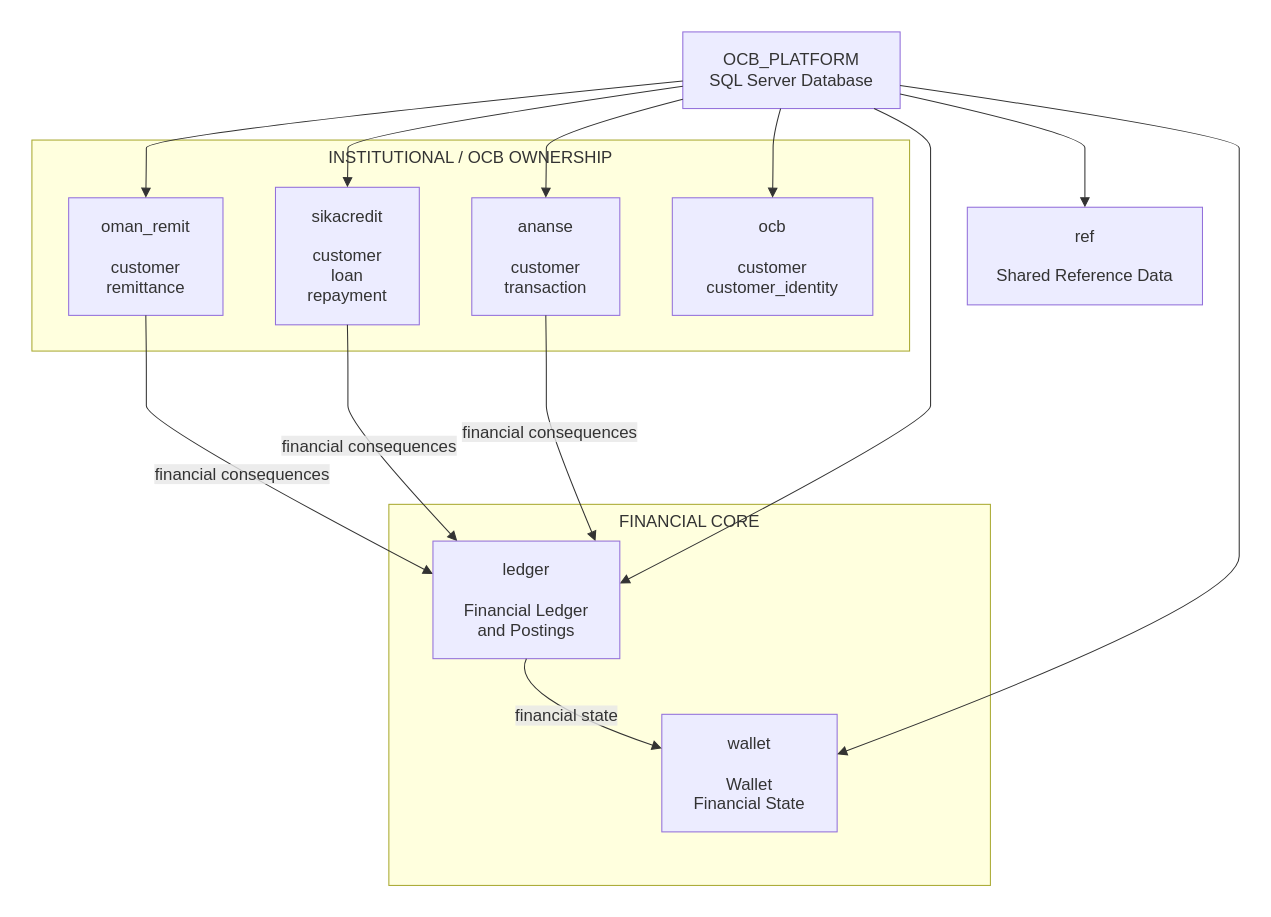
The draw.io diagram diagrams/WP-2.3-T05_database_schema.drawio.svg in deloveyeboah10-Nagato/OCB_PLATFORM, before a commit. Source tidied: cells renumbered, new cells last; positions are measured from the earlier drawing's top-left corner, leaving out a move shared by most shapes.
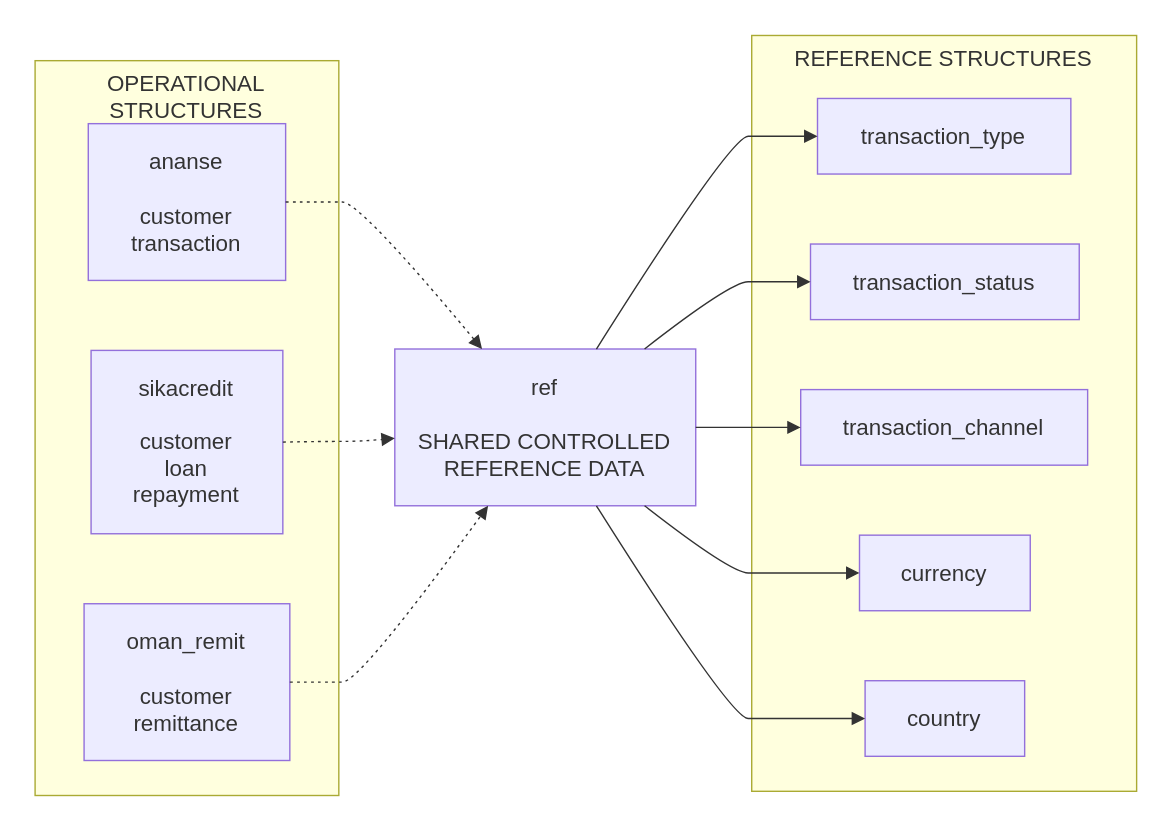
Later version of the same file.

The edit, as a diff of the source:
```diff
@@ -3,137 +3,99 @@
     <mxCell id="0" />
     <mxCell id="1" parent="0" />
     <mxCell id="2" style="group;transparentBounds=1;editIcon=1;lockedGroup=0;groupPadding=10;" parent="1" vertex="1">
-      <mxGeometry width="600" height="637" as="geometry" />
+      <mxGeometry as="geometry" />
     </mxCell>
-    <mxCell id="3" value="INSTITUTIONAL / OCB OWNERSHIP" style="html=1;whiteSpace=wrap;strokeWidth=1;verticalAlign=top;fillColor=light-dark(#ffffde,#1f2020);strokeColor=light-dark(#aaaa33,#cccccc);fontColor=light-dark(#333333,#cccccc);fontFamily=Trebuchet MS,Verdana,Arial,sans-serif;fontSize=16;" parent="2" vertex="1">
-      <mxGeometry x="30" y="133" width="836" height="201" as="geometry" />
-    </mxCell>
-    <mxCell id="4" value="ocb&#10;&#10;customer&#10;customer_identity" style="html=1;whiteSpace=wrap;strokeWidth=1;fillColor=light-dark(#ECECFF,#1f2020);strokeColor=light-dark(#9370DB,#cccccc);fontColor=light-dark(#333333,#cccccc);fontFamily=Trebuchet MS,Verdana,Arial,sans-serif;fontSize=16;" parent="3" vertex="1">
-      <mxGeometry x="610" y="55" width="191" height="112" as="geometry" />
-    </mxCell>
+    <mxCell id="24" value="OPERATIONAL STRUCTURES" style="html=1;whiteSpace=wrap;strokeWidth=1;verticalAlign=top;fillColor=light-dark(#ffffde,#1f2020);strokeColor=light-dark(#aaaa33,#cccccc);fontColor=light-dark(#333333,#cccccc);fontFamily=Trebuchet MS,Verdana,Arial,sans-serif;fontSize=16;" parent="2" vertex="1">
+      <mxGeometry x="10" y="48" width="217" height="525" as="geometry" />
+    </mxCell>
-    <mxCell id="5" value="ananse&#10;&#10;customer&#10;transaction" style="html=1;whiteSpace=wrap;strokeWidth=1;fillColor=light-dark(#ECECFF,#1f2020);strokeColor=light-dark(#9370DB,#cccccc);fontColor=light-dark(#333333,#cccccc);fontFamily=Trebuchet MS,Verdana,Arial,sans-serif;fontSize=16;" parent="3" vertex="1">
-      <mxGeometry x="419" y="55" width="141" height="112" as="geometry" />
+    <mxCell id="5" value="ananse&#10;&#10;customer&#10;transaction" style="html=1;whiteSpace=wrap;strokeWidth=1;fillColor=light-dark(#ECECFF,#1f2020);strokeColor=light-dark(#9370DB,#cccccc);fontColor=light-dark(#333333,#cccccc);fontFamily=Trebuchet MS,Verdana,Arial,sans-serif;fontSize=16;" parent="24" vertex="1">
+      <mxGeometry x="38" y="45" width="141" height="112" as="geometry" />
     </mxCell>
-    <mxCell id="6" value="sikacredit&#10;&#10;customer&#10;loan&#10;repayment" style="html=1;whiteSpace=wrap;strokeWidth=1;fillColor=light-dark(#ECECFF,#1f2020);strokeColor=light-dark(#9370DB,#cccccc);fontColor=light-dark(#333333,#cccccc);fontFamily=Trebuchet MS,Verdana,Arial,sans-serif;fontSize=16;" parent="3" vertex="1">
-      <mxGeometry x="232" y="45" width="137" height="131" as="geometry" />
+    <mxCell id="6" value="sikacredit&#10;&#10;customer&#10;loan&#10;repayment" style="html=1;whiteSpace=wrap;strokeWidth=1;fillColor=light-dark(#ECECFF,#1f2020);strokeColor=light-dark(#9370DB,#cccccc);fontColor=light-dark(#333333,#cccccc);fontFamily=Trebuchet MS,Verdana,Arial,sans-serif;fontSize=16;" parent="24" vertex="1">
+      <mxGeometry x="40" y="207" width="137" height="131" as="geometry" />
     </mxCell>
-    <mxCell id="7" value="oman_remit&#10;&#10;customer&#10;remittance" style="html=1;whiteSpace=wrap;strokeWidth=1;fillColor=light-dark(#ECECFF,#1f2020);strokeColor=light-dark(#9370DB,#cccccc);fontColor=light-dark(#333333,#cccccc);fontFamily=Trebuchet MS,Verdana,Arial,sans-serif;fontSize=16;" parent="3" vertex="1">
-      <mxGeometry x="35" y="55" width="147" height="112" as="geometry" />
+    <mxCell id="7" value="oman_remit&#10;&#10;customer&#10;remittance" style="html=1;whiteSpace=wrap;strokeWidth=1;fillColor=light-dark(#ECECFF,#1f2020);strokeColor=light-dark(#9370DB,#cccccc);fontColor=light-dark(#333333,#cccccc);fontFamily=Trebuchet MS,Verdana,Arial,sans-serif;fontSize=16;" parent="24" vertex="1">
+      <mxGeometry x="35" y="388" width="147" height="112" as="geometry" />
     </mxCell>
-    <mxCell id="8" value="FINANCIAL CORE" style="html=1;whiteSpace=wrap;strokeWidth=1;verticalAlign=top;fillColor=light-dark(#ffffde,#1f2020);strokeColor=light-dark(#aaaa33,#cccccc);fontColor=light-dark(#333333,#cccccc);fontFamily=Trebuchet MS,Verdana,Arial,sans-serif;fontSize=16;" parent="2" vertex="1">
-      <mxGeometry x="370" y="480" width="573" height="363" as="geometry" />
-    </mxCell>
-    <mxCell id="9" value="wallet&#10;&#10;Wallet&#10;Financial State" style="html=1;whiteSpace=wrap;strokeWidth=1;fillColor=light-dark(#ECECFF,#1f2020);strokeColor=light-dark(#9370DB,#cccccc);fontColor=light-dark(#333333,#cccccc);fontFamily=Trebuchet MS,Verdana,Arial,sans-serif;fontSize=16;" parent="8" vertex="1">
-      <mxGeometry x="260" y="200" width="167" height="112" as="geometry" />
-    </mxCell>
-    <mxCell id="10" value="OCB_PLATFORM&#10;SQL Server Database" style="html=1;whiteSpace=wrap;strokeWidth=1;fillColor=light-dark(#ECECFF,#1f2020);strokeColor=light-dark(#9370DB,#cccccc);fontColor=light-dark(#333333,#cccccc);fontFamily=Trebuchet MS,Verdana,Arial,sans-serif;fontSize=16;" parent="2" vertex="1">
-      <mxGeometry x="650" y="30" width="207" height="73" as="geometry" />
-    </mxCell>
-    <mxCell id="11" value="ref&#10;&#10;Shared Reference Data" style="html=1;whiteSpace=wrap;strokeWidth=1;fillColor=light-dark(#ECECFF,#1f2020);strokeColor=light-dark(#9370DB,#cccccc);fontColor=light-dark(#333333,#cccccc);fontFamily=Trebuchet MS,Verdana,Arial,sans-serif;fontSize=16;" parent="2" vertex="1">
-      <mxGeometry x="921" y="197" width="224" height="93" as="geometry" />
-    </mxCell>
-    <mxCell id="12" style="curved=1;startArrow=none;endArrow=block;endSize=7;strokeColor=light-dark(#333333,#cccccc);exitX=0.45;exitY=1;entryX=0.5;entryY=0;rounded=0;" parent="2" edge="1" source="10" target="4">
-      <mxGeometry relative="1" as="geometry">
-        <Array as="points">
-          <mxPoint x="736" y="128" />
-          <mxPoint x="736" y="153" />
-        </Array>
-      </mxGeometry>
-    </mxCell>
-    <mxCell id="13" style="curved=1;startArrow=none;endArrow=block;endSize=7;strokeColor=light-dark(#333333,#cccccc);exitX=0;exitY=0.88;entryX=0.5;entryY=0;rounded=0;" parent="2" edge="1" source="10" target="5">
-      <mxGeometry relative="1" as="geometry">
-        <Array as="points">
-          <mxPoint x="520" y="128" />
-          <mxPoint x="520" y="153" />
-        </Array>
-      </mxGeometry>
-    </mxCell>
-    <mxCell id="14" style="curved=1;startArrow=none;endArrow=block;endSize=7;strokeColor=light-dark(#333333,#cccccc);exitX=0;exitY=0.71;entryX=0.5;entryY=0;rounded=0;" parent="2" edge="1" source="10" target="6">
-      <mxGeometry relative="1" as="geometry">
-        <Array as="points">
-          <mxPoint x="331" y="128" />
-          <mxPoint x="331" y="153" />
-        </Array>
-      </mxGeometry>
-    </mxCell>
-    <mxCell id="15" style="curved=1;startArrow=none;endArrow=block;endSize=7;strokeColor=light-dark(#333333,#cccccc);exitX=0;exitY=0.64;entryX=0.5;entryY=0;rounded=0;" parent="2" edge="1" source="10" target="7">
-      <mxGeometry relative="1" as="geometry">
-        <Array as="points">
-          <mxPoint x="139" y="128" />
-          <mxPoint x="139" y="153" />
-        </Array>
-      </mxGeometry>
-    </mxCell>
-    <mxCell id="16" style="curved=1;startArrow=none;endArrow=block;endSize=7;strokeColor=light-dark(#333333,#cccccc);exitX=0.88;exitY=1;entryX=1;entryY=0.36;rounded=0;" parent="2" edge="1" source="10" target="22">
-      <mxGeometry relative="1" as="geometry">
-        <Array as="points">
-          <mxPoint x="886" y="128" />
-          <mxPoint x="886" y="153" />
-          <mxPoint x="886" y="244" />
-          <mxPoint x="886" y="334" />
-          <mxPoint x="886" y="369" />
-          <mxPoint x="886" y="403" />
-        </Array>
-      </mxGeometry>
-    </mxCell>
-    <mxCell id="17" style="curved=1;startArrow=none;endArrow=block;endSize=7;strokeColor=light-dark(#333333,#cccccc);exitX=1;exitY=0.7;entryX=1;entryY=0.34;rounded=0;" parent="2" edge="1" source="10" target="9">
-      <mxGeometry relative="1" as="geometry">
-        <Array as="points">
-          <mxPoint x="1180" y="128" />
-          <mxPoint x="1180" y="153" />
-          <mxPoint x="1180" y="244" />
-          <mxPoint x="1180" y="334" />
-          <mxPoint x="1180" y="369" />
-          <mxPoint x="1180" y="403" />
-          <mxPoint x="1180" y="484" />
-          <mxPoint x="1180" y="575" />
-        </Array>
-      </mxGeometry>
-    </mxCell>
-    <mxCell id="18" style="curved=1;startArrow=none;endArrow=block;endSize=7;strokeColor=light-dark(#333333,#cccccc);exitX=1;exitY=0.81;entryX=0.5;entryY=0;rounded=0;" parent="2" edge="1" source="10" target="11">
-      <mxGeometry relative="1" as="geometry">
-        <Array as="points">
-          <mxPoint x="1033" y="128" />
-          <mxPoint x="1033" y="153" />
-        </Array>
-      </mxGeometry>
-    </mxCell>
-    <mxCell id="19" value="financial consequences" style="curved=1;startArrow=none;endArrow=block;endSize=7;strokeColor=light-dark(#333333,#cccccc);html=1;fontSize=16;labelBackgroundColor=light-dark(#E8E8E88D,#2a2a2a8D);fontFamily=Trebuchet MS,Verdana,Arial,sans-serif;fontColor=light-dark(#333333,#cccccc);exitX=0.5;exitY=1;entryX=0.87;entryY=0;rounded=0;" parent="2" edge="1" source="5" target="22">
-      <mxGeometry relative="1" as="geometry">
-        <Array as="points">
-          <mxPoint x="520" y="334" />
-          <mxPoint x="520" y="369" />
-          <mxPoint x="520" y="403" />
-        </Array>
-      </mxGeometry>
-    </mxCell>
-    <mxCell id="20" value="financial consequences" style="curved=1;startArrow=none;endArrow=block;endSize=7;strokeColor=light-dark(#333333,#cccccc);html=1;fontSize=16;labelBackgroundColor=light-dark(#E8E8E88D,#2a2a2a8D);fontFamily=Trebuchet MS,Verdana,Arial,sans-serif;fontColor=light-dark(#333333,#cccccc);exitX=0.5;exitY=1;entryX=0.13;entryY=0;rounded=0;" parent="2" edge="1" source="6" target="22">
-      <mxGeometry relative="1" as="geometry">
-        <Array as="points">
-          <mxPoint x="331" y="334" />
-          <mxPoint x="331" y="369" />
-          <mxPoint x="331" y="403" />
-        </Array>
-      </mxGeometry>
-    </mxCell>
-    <mxCell id="21" value="financial consequences" style="curved=1;startArrow=none;endArrow=block;endSize=7;strokeColor=light-dark(#333333,#cccccc);html=1;fontSize=16;labelBackgroundColor=light-dark(#E8E8E88D,#2a2a2a8D);fontFamily=Trebuchet MS,Verdana,Arial,sans-serif;fontColor=light-dark(#333333,#cccccc);exitX=0.5;exitY=1;entryX=0;entryY=0.28;rounded=0;" parent="2" edge="1" source="7" target="22">
-      <mxGeometry relative="1" as="geometry">
-        <Array as="points">
-          <mxPoint x="139" y="334" />
-          <mxPoint x="139" y="369" />
-          <mxPoint x="139" y="403" />
-        </Array>
-      </mxGeometry>
-    </mxCell>
-    <mxCell id="22" value="ledger&#10;&#10;Financial Ledger&#10;and Postings" style="html=1;whiteSpace=wrap;strokeWidth=1;fillColor=light-dark(#ECECFF,#1f2020);strokeColor=light-dark(#9370DB,#cccccc);fontColor=light-dark(#333333,#cccccc);fontFamily=Trebuchet MS,Verdana,Arial,sans-serif;fontSize=16;" parent="2" vertex="1">
-      <mxGeometry x="412" y="515" width="178" height="112" as="geometry" />
-    </mxCell>
-    <mxCell id="23" value="financial state" style="curved=1;startArrow=none;endArrow=block;endSize=7;strokeColor=light-dark(#333333,#cccccc);html=1;fontSize=16;labelBackgroundColor=light-dark(#E8E8E88D,#2a2a2a8D);fontFamily=Trebuchet MS,Verdana,Arial,sans-serif;fontColor=light-dark(#333333,#cccccc);exitX=0.5;exitY=1;entryX=0;entryY=0.29;rounded=0;" parent="2" edge="1" source="22" target="9">
-      <mxGeometry relative="1" as="geometry">
-        <Array as="points">
-          <mxPoint x="484" y="662" />
-        </Array>
-      </mxGeometry>
-    </mxCell>
+    <mxCell id="25" value="REFERENCE STRUCTURES" style="html=1;whiteSpace=wrap;strokeWidth=1;verticalAlign=top;fillColor=light-dark(#ffffde,#1f2020);strokeColor=light-dark(#aaaa33,#cccccc);fontColor=light-dark(#333333,#cccccc);fontFamily=Trebuchet MS,Verdana,Arial,sans-serif;fontSize=16;" parent="2" vertex="1">
+      <mxGeometry x="522" y="30" width="275" height="540" as="geometry" />
+    </mxCell>
+    <mxCell id="26" value="transaction_type" style="html=1;whiteSpace=wrap;strokeWidth=1;fillColor=light-dark(#ECECFF,#1f2020);strokeColor=light-dark(#9370DB,#cccccc);fontColor=light-dark(#333333,#cccccc);fontFamily=Trebuchet MS,Verdana,Arial,sans-serif;fontSize=16;" parent="25" vertex="1">
+      <mxGeometry x="47" y="45" width="181" height="54" as="geometry" />
+    </mxCell>
+    <mxCell id="27" value="transaction_status" style="html=1;whiteSpace=wrap;strokeWidth=1;fillColor=light-dark(#ECECFF,#1f2020);strokeColor=light-dark(#9370DB,#cccccc);fontColor=light-dark(#333333,#cccccc);fontFamily=Trebuchet MS,Verdana,Arial,sans-serif;fontSize=16;" parent="25" vertex="1">
+      <mxGeometry x="42" y="149" width="192" height="54" as="geometry" />
+    </mxCell>
+    <mxCell id="28" value="transaction_channel" style="html=1;whiteSpace=wrap;strokeWidth=1;fillColor=light-dark(#ECECFF,#1f2020);strokeColor=light-dark(#9370DB,#cccccc);fontColor=light-dark(#333333,#cccccc);fontFamily=Trebuchet MS,Verdana,Arial,sans-serif;fontSize=16;" parent="25" vertex="1">
+      <mxGeometry x="35" y="253" width="205" height="54" as="geometry" />
+    </mxCell>
+    <mxCell id="29" value="currency" style="html=1;whiteSpace=wrap;strokeWidth=1;fillColor=light-dark(#ECECFF,#1f2020);strokeColor=light-dark(#9370DB,#cccccc);fontColor=light-dark(#333333,#cccccc);fontFamily=Trebuchet MS,Verdana,Arial,sans-serif;fontSize=16;" parent="25" vertex="1">
+      <mxGeometry x="77" y="357" width="122" height="54" as="geometry" />
+    </mxCell>
+    <mxCell id="30" value="country" style="html=1;whiteSpace=wrap;strokeWidth=1;fillColor=light-dark(#ECECFF,#1f2020);strokeColor=light-dark(#9370DB,#cccccc);fontColor=light-dark(#333333,#cccccc);fontFamily=Trebuchet MS,Verdana,Arial,sans-serif;fontSize=16;" parent="25" vertex="1">
+      <mxGeometry x="81" y="461" width="114" height="54" as="geometry" />
+    </mxCell>
+    <mxCell id="31" value="ref&#10;&#10;SHARED CONTROLLED&#10;REFERENCE DATA" style="html=1;whiteSpace=wrap;strokeWidth=1;fillColor=light-dark(#ECECFF,#1f2020);strokeColor=light-dark(#9370DB,#cccccc);fontColor=light-dark(#333333,#cccccc);fontFamily=Trebuchet MS,Verdana,Arial,sans-serif;fontSize=16;" parent="2" vertex="1">
+      <mxGeometry x="267" y="254" width="215" height="112" as="geometry" />
+    </mxCell>
+    <mxCell id="32" style="curved=1;dashed=1;dashPattern=2 3;fixDash=1;startArrow=none;endArrow=block;endSize=7;strokeColor=light-dark(#333333,#cccccc);exitX=1;exitY=0.5;entryX=0.29;entryY=0;" parent="2" edge="1" source="5" target="31">
+      <mxGeometry relative="1" as="geometry">
+        <Array as="points">
+          <mxPoint x="217" y="149" />
+          <mxPoint x="242" y="149" />
+        </Array>
+      </mxGeometry>
+    </mxCell>
+    <mxCell id="33" style="curved=1;dashed=1;dashPattern=2 3;fixDash=1;startArrow=none;endArrow=block;endSize=7;strokeColor=light-dark(#333333,#cccccc);exitX=1;exitY=0.5;entryX=0;entryY=0.57;" parent="2" edge="1" source="6" target="31">
+      <mxGeometry relative="1" as="geometry">
+        <Array as="points">
+          <mxPoint x="217" y="320" />
+          <mxPoint x="242" y="320" />
+        </Array>
+      </mxGeometry>
+    </mxCell>
+    <mxCell id="34" style="curved=1;dashed=1;dashPattern=2 3;fixDash=1;startArrow=none;endArrow=block;endSize=7;strokeColor=light-dark(#333333,#cccccc);exitX=1;exitY=0.5;entryX=0.31;entryY=1;" parent="2" edge="1" source="7" target="31">
+      <mxGeometry relative="1" as="geometry">
+        <Array as="points">
+          <mxPoint x="217" y="492" />
+          <mxPoint x="242" y="492" />
+        </Array>
+      </mxGeometry>
+    </mxCell>
+    <mxCell id="35" style="curved=1;startArrow=none;endArrow=block;endSize=7;strokeColor=light-dark(#333333,#cccccc);exitX=0.67;exitY=0;entryX=0;entryY=0.5;" parent="2" edge="1" source="31" target="26">
+      <mxGeometry relative="1" as="geometry">
+        <Array as="points">
+          <mxPoint x="507" y="102" />
+          <mxPoint x="532" y="102" />
+        </Array>
+      </mxGeometry>
+    </mxCell>
+    <mxCell id="36" style="curved=1;startArrow=none;endArrow=block;endSize=7;strokeColor=light-dark(#333333,#cccccc);exitX=0.83;exitY=0;entryX=0;entryY=0.5;" parent="2" edge="1" source="31" target="27">
+      <mxGeometry relative="1" as="geometry">
+        <Array as="points">
+          <mxPoint x="507" y="206" />
+          <mxPoint x="532" y="206" />
+        </Array>
+      </mxGeometry>
+    </mxCell>
+    <mxCell id="37" style="curved=1;startArrow=none;endArrow=block;endSize=7;strokeColor=light-dark(#333333,#cccccc);exitX=1;exitY=0.5;entryX=0;entryY=0.5;" parent="2" edge="1" source="31" target="28">
+      <mxGeometry relative="1" as="geometry" />
+    </mxCell>
+    <mxCell id="38" style="curved=1;startArrow=none;endArrow=block;endSize=7;strokeColor=light-dark(#333333,#cccccc);exitX=0.83;exitY=1;entryX=0;entryY=0.5;" parent="2" edge="1" source="31" target="29">
+      <mxGeometry relative="1" as="geometry">
+        <Array as="points">
+          <mxPoint x="507" y="414" />
+          <mxPoint x="532" y="414" />
+        </Array>
+      </mxGeometry>
+    </mxCell>
+    <mxCell id="39" style="curved=1;startArrow=none;endArrow=block;endSize=7;strokeColor=light-dark(#333333,#cccccc);exitX=0.67;exitY=1;entryX=0;entryY=0.5;" parent="2" edge="1" source="31" target="30">
+      <mxGeometry relative="1" as="geometry">
+        <Array as="points">
+          <mxPoint x="507" y="518" />
+          <mxPoint x="532" y="518" />
+        </Array>
+      </mxGeometry>
+    </mxCell>
   </root>
 </mxGraphModel>
```
